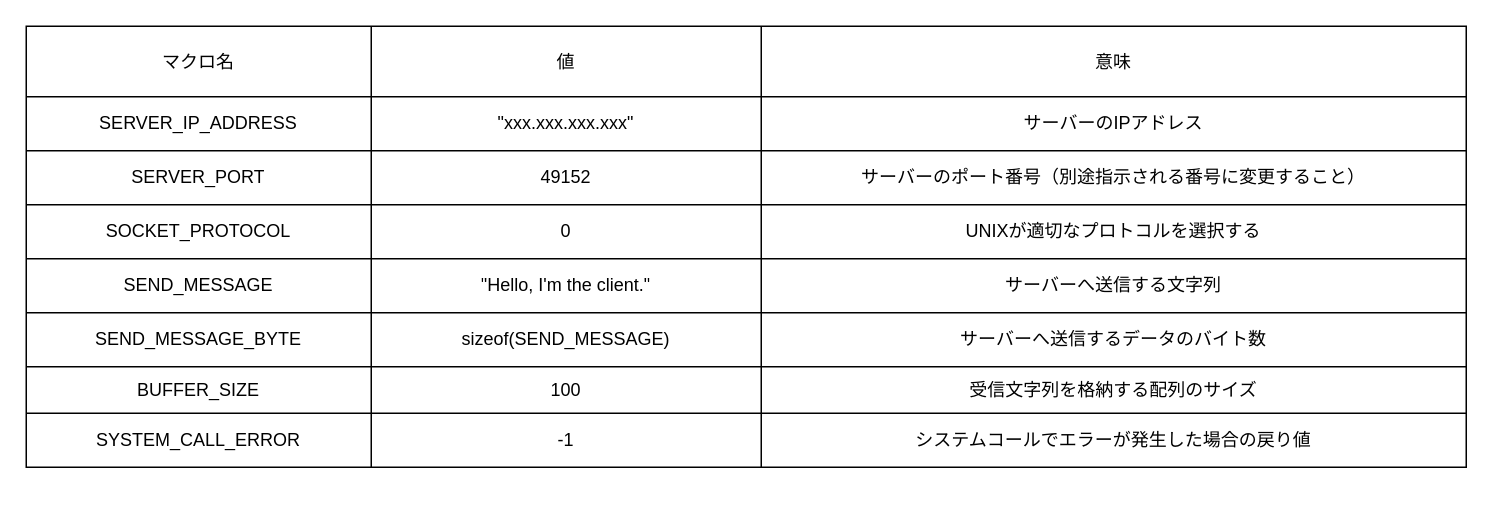
Above: page "外部情報" (2 of 2) of c-advanced/task16_client.drawio in lkq9873/c-training (draw.io), before the change. Source tidied: cells renumbered, new cells numbered last; positions are measured from the earlier drawing's top-left corner, leaving out a move shared by most shapes. Both pictures are drawn from the tidied source at 150%, with x=0, y=0 at pixel (26, 26).
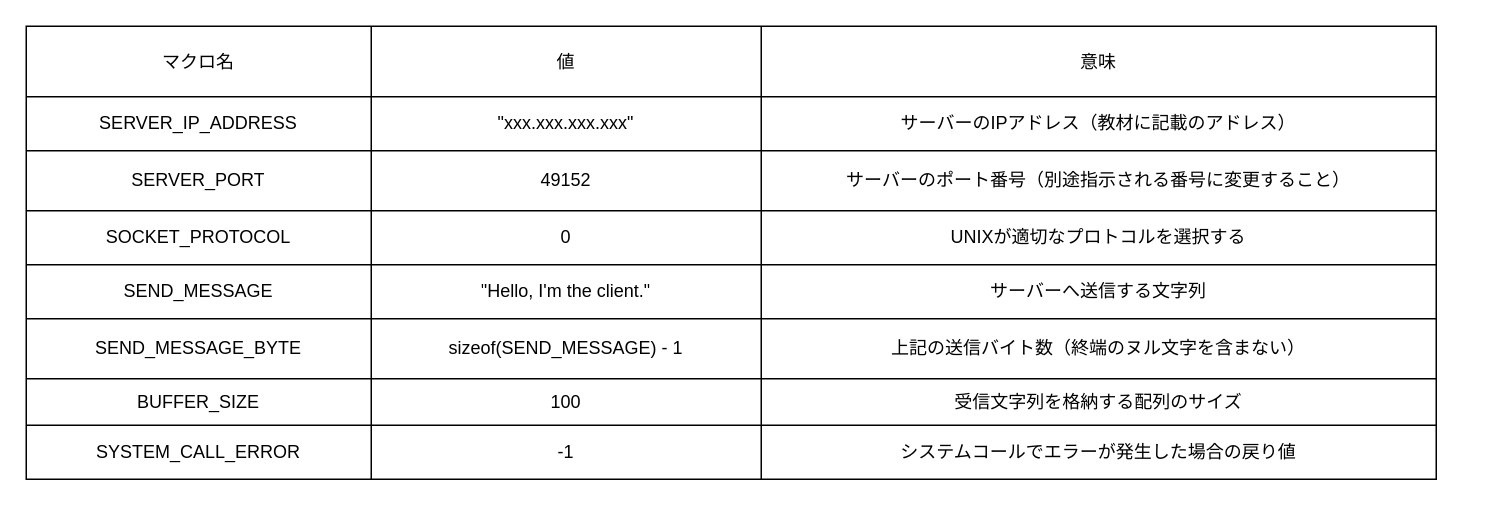
After the change.

Change to the diagram source:
```diff
@@
-    <mxCell id="0" />
-    <mxCell id="1" parent="0" />
-    <mxCell id="2" style="shape=table;startSize=0;childLayout=tableLayout;" parent="1" vertex="1">
-      <mxGeometry width="960" height="294" as="geometry" />
-    </mxCell>
-    <mxCell id="3" style="shape=tableRow;horizontal=0;startSize=0;swimlaneHead=0;swimlaneBody=0;strokeColor=inherit;top=0;left=0;bottom=0;right=0;fillColor=none;" parent="2" vertex="1">
-      <mxGeometry width="960" height="47" as="geometry" />
-    </mxCell>
+    <mxCell id="35" />
+    <mxCell id="36" parent="35" />
+    <mxCell id="37" style="shape=table;startSize=0;childLayout=tableLayout;" parent="36" vertex="1">
+      <mxGeometry width="940" height="302" as="geometry" />
+    </mxCell>
+    <mxCell id="38" style="shape=tableRow;horizontal=0;startSize=0;swimlaneHead=0;swimlaneBody=0;strokeColor=inherit;top=0;left=0;bottom=0;right=0;fillColor=none;" parent="37" vertex="1">
+      <mxGeometry width="940" height="47" as="geometry" />
+    </mxCell>
-    <mxCell id="4" value="マクロ名" style="shape=partialRectangle;html=1;whiteSpace=wrap;strokeColor=inherit;overflow=hidden;fillColor=none;top=0;left=0;bottom=0;right=0;" parent="3" vertex="1">
+    <mxCell id="4" value="マクロ名" style="shape=partialRectangle;html=1;whiteSpace=wrap;strokeColor=inherit;overflow=hidden;fillColor=none;top=0;left=0;bottom=0;right=0;" parent="38" vertex="1">
       <mxGeometry width="230" height="47" as="geometry" />
     </mxCell>
-    <mxCell id="5" value="値" style="shape=partialRectangle;html=1;whiteSpace=wrap;strokeColor=inherit;overflow=hidden;fillColor=none;top=0;left=0;bottom=0;right=0;" parent="3" vertex="1">
+    <mxCell id="5" value="値" style="shape=partialRectangle;html=1;whiteSpace=wrap;strokeColor=inherit;overflow=hidden;fillColor=none;top=0;left=0;bottom=0;right=0;" parent="38" vertex="1">
       <mxGeometry x="230" width="260" height="47" as="geometry" />
     </mxCell>
-    <mxCell id="6" value="意味" style="shape=partialRectangle;html=1;whiteSpace=wrap;strokeColor=inherit;overflow=hidden;fillColor=none;top=0;left=0;bottom=0;right=0;" parent="3" vertex="1">
-      <mxGeometry x="490" width="470" height="47" as="geometry" />
+    <mxCell id="6" value="意味" style="shape=partialRectangle;html=1;whiteSpace=wrap;strokeColor=inherit;overflow=hidden;fillColor=none;top=0;left=0;bottom=0;right=0;" parent="38" vertex="1">
+      <mxGeometry x="490" width="450" height="47" as="geometry" />
     </mxCell>
-    <mxCell id="7" style="shape=tableRow;horizontal=0;startSize=0;swimlaneHead=0;swimlaneBody=0;strokeColor=inherit;top=0;left=0;bottom=0;right=0;fillColor=none;" parent="2" vertex="1">
-      <mxGeometry y="47" width="960" height="36" as="geometry" />
-    </mxCell>
+    <mxCell id="39" style="shape=tableRow;horizontal=0;startSize=0;swimlaneHead=0;swimlaneBody=0;strokeColor=inherit;top=0;left=0;bottom=0;right=0;fillColor=none;" parent="37" vertex="1">
+      <mxGeometry y="47" width="940" height="36" as="geometry" />
+    </mxCell>
-    <mxCell id="8" value="SERVER_IP_ADDRESS" style="shape=partialRectangle;html=1;whiteSpace=wrap;strokeColor=inherit;overflow=hidden;fillColor=none;top=0;left=0;bottom=0;right=0;" parent="7" vertex="1">
+    <mxCell id="8" value="SERVER_IP_ADDRESS" style="shape=partialRectangle;html=1;whiteSpace=wrap;strokeColor=inherit;overflow=hidden;fillColor=none;top=0;left=0;bottom=0;right=0;" parent="39" vertex="1">
       <mxGeometry width="230" height="36" as="geometry" />
     </mxCell>
-    <mxCell id="9" value="&quot;xxx.xxx.xxx.xxx&quot;" style="shape=partialRectangle;html=1;whiteSpace=wrap;strokeColor=inherit;overflow=hidden;fillColor=none;top=0;left=0;bottom=0;right=0;" parent="7" vertex="1">
+    <mxCell id="9" value="&quot;xxx.xxx.xxx.xxx&quot;" style="shape=partialRectangle;html=1;whiteSpace=wrap;strokeColor=inherit;overflow=hidden;fillColor=none;top=0;left=0;bottom=0;right=0;" parent="39" vertex="1">
       <mxGeometry x="230" width="260" height="36" as="geometry" />
     </mxCell>
-    <mxCell id="10" value="サーバーのIPアドレス" style="shape=partialRectangle;html=1;whiteSpace=wrap;strokeColor=inherit;overflow=hidden;fillColor=none;top=0;left=0;bottom=0;right=0;" parent="7" vertex="1">
-      <mxGeometry x="490" width="470" height="36" as="geometry" />
-    </mxCell>
-    <mxCell id="11" style="shape=tableRow;horizontal=0;startSize=0;swimlaneHead=0;swimlaneBody=0;strokeColor=inherit;top=0;left=0;bottom=0;right=0;fillColor=none;" parent="2" vertex="1">
-      <mxGeometry y="83" width="960" height="36" as="geometry" />
-    </mxCell>
+    <mxCell id="40" value="サーバーのIPアドレス（教材に記載のアドレス）" style="shape=partialRectangle;html=1;whiteSpace=wrap;strokeColor=inherit;overflow=hidden;fillColor=none;top=0;left=0;bottom=0;right=0;" parent="39" vertex="1">
+      <mxGeometry x="490" width="450" height="36" as="geometry" />
+    </mxCell>
+    <mxCell id="41" style="shape=tableRow;horizontal=0;startSize=0;swimlaneHead=0;swimlaneBody=0;strokeColor=inherit;top=0;left=0;bottom=0;right=0;fillColor=none;" parent="37" vertex="1">
+      <mxGeometry y="83" width="940" height="40" as="geometry" />
+    </mxCell>
-    <mxCell id="12" value="SERVER_PORT" style="shape=partialRectangle;html=1;whiteSpace=wrap;strokeColor=inherit;overflow=hidden;fillColor=none;top=0;left=0;bottom=0;right=0;" parent="11" vertex="1">
-      <mxGeometry width="230" height="36" as="geometry" />
+    <mxCell id="12" value="SERVER_PORT" style="shape=partialRectangle;html=1;whiteSpace=wrap;strokeColor=inherit;overflow=hidden;fillColor=none;top=0;left=0;bottom=0;right=0;" parent="41" vertex="1">
+      <mxGeometry width="230" height="40" as="geometry" />
     </mxCell>
-    <mxCell id="13" value="49152" style="shape=partialRectangle;html=1;whiteSpace=wrap;strokeColor=inherit;overflow=hidden;fillColor=none;top=0;left=0;bottom=0;right=0;" parent="11" vertex="1">
-      <mxGeometry x="230" width="260" height="36" as="geometry" />
+    <mxCell id="13" value="49152" style="shape=partialRectangle;html=1;whiteSpace=wrap;strokeColor=inherit;overflow=hidden;fillColor=none;top=0;left=0;bottom=0;right=0;" parent="41" vertex="1">
+      <mxGeometry x="230" width="260" height="40" as="geometry" />
     </mxCell>
-    <mxCell id="14" value="サーバーのポート番号（別途指示される番号に変更すること）" style="shape=partialRectangle;html=1;whiteSpace=wrap;strokeColor=inherit;overflow=hidden;fillColor=none;top=0;left=0;bottom=0;right=0;" parent="11" vertex="1">
-      <mxGeometry x="490" width="470" height="36" as="geometry" />
+    <mxCell id="14" value="サーバーのポート番号（別途指示される番号に変更すること）" style="shape=partialRectangle;html=1;whiteSpace=wrap;strokeColor=inherit;overflow=hidden;fillColor=none;top=0;left=0;bottom=0;right=0;" parent="41" vertex="1">
+      <mxGeometry x="490" width="450" height="40" as="geometry" />
     </mxCell>
-    <mxCell id="15" style="shape=tableRow;horizontal=0;startSize=0;swimlaneHead=0;swimlaneBody=0;strokeColor=inherit;top=0;left=0;bottom=0;right=0;fillColor=none;" parent="2" vertex="1">
-      <mxGeometry y="119" width="960" height="36" as="geometry" />
-    </mxCell>
+    <mxCell id="42" style="shape=tableRow;horizontal=0;startSize=0;swimlaneHead=0;swimlaneBody=0;strokeColor=inherit;top=0;left=0;bottom=0;right=0;fillColor=none;" parent="37" vertex="1">
+      <mxGeometry y="123" width="940" height="36" as="geometry" />
+    </mxCell>
-    <mxCell id="16" value="SOCKET_PROTOCOL" style="shape=partialRectangle;html=1;whiteSpace=wrap;strokeColor=inherit;overflow=hidden;fillColor=none;top=0;left=0;bottom=0;right=0;" parent="15" vertex="1">
+    <mxCell id="16" value="SOCKET_PROTOCOL" style="shape=partialRectangle;html=1;whiteSpace=wrap;strokeColor=inherit;overflow=hidden;fillColor=none;top=0;left=0;bottom=0;right=0;" parent="42" vertex="1">
       <mxGeometry width="230" height="36" as="geometry" />
     </mxCell>
-    <mxCell id="17" value="0" style="shape=partialRectangle;html=1;whiteSpace=wrap;strokeColor=inherit;overflow=hidden;fillColor=none;top=0;left=0;bottom=0;right=0;" parent="15" vertex="1">
+    <mxCell id="17" value="0" style="shape=partialRectangle;html=1;whiteSpace=wrap;strokeColor=inherit;overflow=hidden;fillColor=none;top=0;left=0;bottom=0;right=0;" parent="42" vertex="1">
       <mxGeometry x="230" width="260" height="36" as="geometry" />
     </mxCell>
-    <mxCell id="18" value="UNIXが適切なプロトコルを選択する" style="shape=partialRectangle;html=1;whiteSpace=wrap;strokeColor=inherit;overflow=hidden;fillColor=none;top=0;left=0;bottom=0;right=0;" parent="15" vertex="1">
-      <mxGeometry x="490" width="470" height="36" as="geometry" />
+    <mxCell id="18" value="UNIXが適切なプロトコルを選択する" style="shape=partialRectangle;html=1;whiteSpace=wrap;strokeColor=inherit;overflow=hidden;fillColor=none;top=0;left=0;bottom=0;right=0;" parent="42" vertex="1">
+      <mxGeometry x="490" width="450" height="36" as="geometry" />
     </mxCell>
-    <mxCell id="19" style="shape=tableRow;horizontal=0;startSize=0;swimlaneHead=0;swimlaneBody=0;strokeColor=inherit;top=0;left=0;bottom=0;right=0;fillColor=none;" parent="2" vertex="1">
-      <mxGeometry y="155" width="960" height="36" as="geometry" />
-    </mxCell>
+    <mxCell id="43" style="shape=tableRow;horizontal=0;startSize=0;swimlaneHead=0;swimlaneBody=0;strokeColor=inherit;top=0;left=0;bottom=0;right=0;fillColor=none;" parent="37" vertex="1">
+      <mxGeometry y="159" width="940" height="36" as="geometry" />
+    </mxCell>
-    <mxCell id="20" value="SEND_MESSAGE" style="shape=partialRectangle;html=1;whiteSpace=wrap;strokeColor=inherit;overflow=hidden;fillColor=none;top=0;left=0;bottom=0;right=0;" parent="19" vertex="1">
+    <mxCell id="20" value="SEND_MESSAGE" style="shape=partialRectangle;html=1;whiteSpace=wrap;strokeColor=inherit;overflow=hidden;fillColor=none;top=0;left=0;bottom=0;right=0;" parent="43" vertex="1">
       <mxGeometry width="230" height="36" as="geometry" />
     </mxCell>
-    <mxCell id="21" value="&quot;Hello, I'm the client.&quot;" style="shape=partialRectangle;html=1;whiteSpace=wrap;strokeColor=inherit;overflow=hidden;fillColor=none;top=0;left=0;bottom=0;right=0;" parent="19" vertex="1">
+    <mxCell id="21" value="&quot;Hello, I'm the client.&quot;" style="shape=partialRectangle;html=1;whiteSpace=wrap;strokeColor=inherit;overflow=hidden;fillColor=none;top=0;left=0;bottom=0;right=0;" parent="43" vertex="1">
       <mxGeometry x="230" width="260" height="36" as="geometry" />
     </mxCell>
-    <mxCell id="22" value="サーバーへ送信する文字列" style="shape=partialRectangle;html=1;whiteSpace=wrap;strokeColor=inherit;overflow=hidden;fillColor=none;top=0;left=0;bottom=0;right=0;" parent="19" vertex="1">
-      <mxGeometry x="490" width="470" height="36" as="geometry" />
+    <mxCell id="22" value="サーバーへ送信する文字列" style="shape=partialRectangle;html=1;whiteSpace=wrap;strokeColor=inherit;overflow=hidden;fillColor=none;top=0;left=0;bottom=0;right=0;" parent="43" vertex="1">
+      <mxGeometry x="490" width="450" height="36" as="geometry" />
     </mxCell>
-    <mxCell id="23" style="shape=tableRow;horizontal=0;startSize=0;swimlaneHead=0;swimlaneBody=0;strokeColor=inherit;top=0;left=0;bottom=0;right=0;fillColor=none;" parent="2" vertex="1">
-      <mxGeometry y="191" width="960" height="36" as="geometry" />
-    </mxCell>
+    <mxCell id="44" style="shape=tableRow;horizontal=0;startSize=0;swimlaneHead=0;swimlaneBody=0;strokeColor=inherit;top=0;left=0;bottom=0;right=0;fillColor=none;" parent="37" vertex="1">
+      <mxGeometry y="195" width="940" height="40" as="geometry" />
+    </mxCell>
-    <mxCell id="24" value="SEND_MESSAGE_BYTE" style="shape=partialRectangle;html=1;whiteSpace=wrap;strokeColor=inherit;overflow=hidden;fillColor=none;top=0;left=0;bottom=0;right=0;" parent="23" vertex="1">
-      <mxGeometry width="230" height="36" as="geometry" />
+    <mxCell id="24" value="SEND_MESSAGE_BYTE" style="shape=partialRectangle;html=1;whiteSpace=wrap;strokeColor=inherit;overflow=hidden;fillColor=none;top=0;left=0;bottom=0;right=0;" parent="44" vertex="1">
+      <mxGeometry width="230" height="40" as="geometry" />
     </mxCell>
-    <mxCell id="25" value="sizeof(SEND_MESSAGE)" style="shape=partialRectangle;html=1;whiteSpace=wrap;strokeColor=inherit;overflow=hidden;fillColor=none;top=0;left=0;bottom=0;right=0;" parent="23" vertex="1">
-      <mxGeometry x="230" width="260" height="36" as="geometry" />
-    </mxCell>
-    <mxCell id="26" value="サーバーへ送信するデータのバイト数" style="shape=partialRectangle;html=1;whiteSpace=wrap;strokeColor=inherit;overflow=hidden;fillColor=none;top=0;left=0;bottom=0;right=0;" parent="23" vertex="1">
-      <mxGeometry x="490" width="470" height="36" as="geometry" />
-    </mxCell>
-    <mxCell id="27" style="shape=tableRow;horizontal=0;startSize=0;swimlaneHead=0;swimlaneBody=0;strokeColor=inherit;top=0;left=0;bottom=0;right=0;fillColor=none;" parent="2" vertex="1">
-      <mxGeometry y="227" width="960" height="31" as="geometry" />
-    </mxCell>
+    <mxCell id="45" value="sizeof(SEND_MESSAGE) - 1" style="shape=partialRectangle;html=1;whiteSpace=wrap;strokeColor=inherit;overflow=hidden;fillColor=none;top=0;left=0;bottom=0;right=0;" parent="44" vertex="1">
+      <mxGeometry x="230" width="260" height="40" as="geometry" />
+    </mxCell>
+    <mxCell id="46" value="上記の送信バイト数（終端のヌル文字を含まない）" style="shape=partialRectangle;html=1;whiteSpace=wrap;strokeColor=inherit;overflow=hidden;fillColor=none;top=0;left=0;bottom=0;right=0;" parent="44" vertex="1">
+      <mxGeometry x="490" width="450" height="40" as="geometry" />
+    </mxCell>
+    <mxCell id="47" style="shape=tableRow;horizontal=0;startSize=0;swimlaneHead=0;swimlaneBody=0;strokeColor=inherit;top=0;left=0;bottom=0;right=0;fillColor=none;" parent="37" vertex="1">
+      <mxGeometry y="235" width="940" height="31" as="geometry" />
+    </mxCell>
-    <mxCell id="28" value="BUFFER_SIZE" style="shape=partialRectangle;html=1;whiteSpace=wrap;strokeColor=inherit;overflow=hidden;fillColor=none;top=0;left=0;bottom=0;right=0;" parent="27" vertex="1">
+    <mxCell id="28" value="BUFFER_SIZE" style="shape=partialRectangle;html=1;whiteSpace=wrap;strokeColor=inherit;overflow=hidden;fillColor=none;top=0;left=0;bottom=0;right=0;" parent="47" vertex="1">
       <mxGeometry width="230" height="31" as="geometry" />
     </mxCell>
-    <mxCell id="29" value="100" style="shape=partialRectangle;html=1;whiteSpace=wrap;strokeColor=inherit;overflow=hidden;fillColor=none;top=0;left=0;bottom=0;right=0;" parent="27" vertex="1">
+    <mxCell id="29" value="100" style="shape=partialRectangle;html=1;whiteSpace=wrap;strokeColor=inherit;overflow=hidden;fillColor=none;top=0;left=0;bottom=0;right=0;" parent="47" vertex="1">
       <mxGeometry x="230" width="260" height="31" as="geometry" />
     </mxCell>
-    <mxCell id="30" value="受信文字列を格納する配列のサイズ" style="shape=partialRectangle;html=1;whiteSpace=wrap;strokeColor=inherit;overflow=hidden;fillColor=none;top=0;left=0;bottom=0;right=0;" parent="27" vertex="1">
-      <mxGeometry x="490" width="470" height="31" as="geometry" />
+    <mxCell id="30" value="受信文字列を格納する配列のサイズ" style="shape=partialRectangle;html=1;whiteSpace=wrap;strokeColor=inherit;overflow=hidden;fillColor=none;top=0;left=0;bottom=0;right=0;" parent="47" vertex="1">
+      <mxGeometry x="490" width="450" height="31" as="geometry" />
     </mxCell>
-    <mxCell id="31" style="shape=tableRow;horizontal=0;startSize=0;swimlaneHead=0;swimlaneBody=0;strokeColor=inherit;top=0;left=0;bottom=0;right=0;fillColor=none;" parent="2" vertex="1">
-      <mxGeometry y="258" width="960" height="36" as="geometry" />
-    </mxCell>
+    <mxCell id="48" style="shape=tableRow;horizontal=0;startSize=0;swimlaneHead=0;swimlaneBody=0;strokeColor=inherit;top=0;left=0;bottom=0;right=0;fillColor=none;" parent="37" vertex="1">
+      <mxGeometry y="266" width="940" height="36" as="geometry" />
+    </mxCell>
-    <mxCell id="32" value="SYSTEM_CALL_ERROR" style="shape=partialRectangle;html=1;whiteSpace=wrap;strokeColor=inherit;overflow=hidden;fillColor=none;top=0;left=0;bottom=0;right=0;" parent="31" vertex="1">
+    <mxCell id="32" value="SYSTEM_CALL_ERROR" style="shape=partialRectangle;html=1;whiteSpace=wrap;strokeColor=inherit;overflow=hidden;fillColor=none;top=0;left=0;bottom=0;right=0;" parent="48" vertex="1">
       <mxGeometry width="230" height="36" as="geometry" />
     </mxCell>
-    <mxCell id="33" value="-1" style="shape=partialRectangle;html=1;whiteSpace=wrap;strokeColor=inherit;overflow=hidden;fillColor=none;top=0;left=0;bottom=0;right=0;" parent="31" vertex="1">
+    <mxCell id="33" value="-1" style="shape=partialRectangle;html=1;whiteSpace=wrap;strokeColor=inherit;overflow=hidden;fillColor=none;top=0;left=0;bottom=0;right=0;" parent="48" vertex="1">
       <mxGeometry x="230" width="260" height="36" as="geometry" />
     </mxCell>
-    <mxCell id="34" value="システムコールでエラーが発生した場合の戻り値" style="shape=partialRectangle;html=1;whiteSpace=wrap;strokeColor=inherit;overflow=hidden;fillColor=none;top=0;left=0;bottom=0;right=0;" parent="31" vertex="1">
-      <mxGeometry x="490" width="470" height="36" as="geometry" />
+    <mxCell id="34" value="システムコールでエラーが発生した場合の戻り値" style="shape=partialRectangle;html=1;whiteSpace=wrap;strokeColor=inherit;overflow=hidden;fillColor=none;top=0;left=0;bottom=0;right=0;" parent="48" vertex="1">
+      <mxGeometry x="490" width="450" height="36" as="geometry" />
     </mxCell>
```
